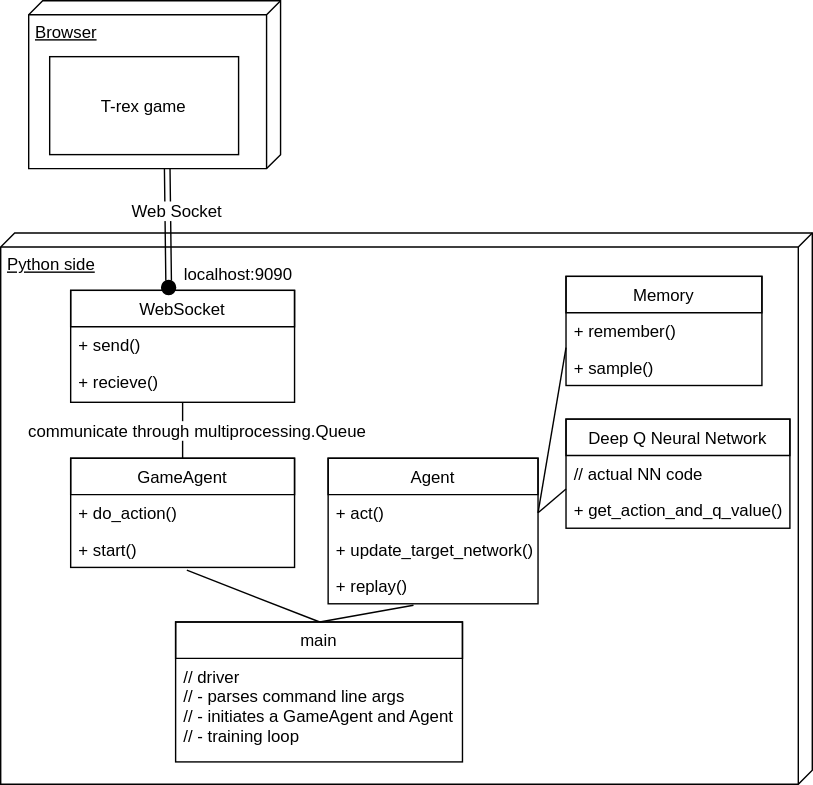
Earlier version of the draw.io export assets/TF-rex-arch-2.svg (vdutor/TF-rex). Source tidied: cells renumbered, new cells last; positions are measured from the earlier drawing's top-left corner, leaving out a move shared by most shapes. Its diagram source:
```xml
<mxGraphModel>
  <root>
    <mxCell id="0" />
    <mxCell id="1" parent="0" />
    <mxCell id="2" value="Python side" style="verticalAlign=top;align=left;spacingTop=8;spacingLeft=2;spacingRight=12;shape=cube;size=10;direction=south;fontStyle=4;html=1;fillColor=#FFFFFF;" parent="1" vertex="1">
      <mxGeometry y="166" width="580" height="394" as="geometry" />
    </mxCell>
    <mxCell id="3" value="Browser" style="verticalAlign=top;align=left;spacingTop=8;spacingLeft=2;spacingRight=12;shape=cube;size=10;direction=south;fontStyle=4;html=1;fillColor=#FFFFFF;" parent="1" vertex="1">
      <mxGeometry x="20" width="180" height="120" as="geometry" />
    </mxCell>
    <mxCell id="4" value="WebSocket" style="swimlane;fontStyle=0;horizontal=1;startSize=26;fillColor=none;swimlaneFillColor=#ffffff;" parent="1" vertex="1">
      <mxGeometry x="50" y="207" width="160" height="80" as="geometry" />
    </mxCell>
    <mxCell id="5" value="+ send()" style="text;strokeColor=none;fillColor=none;align=left;verticalAlign=top;spacingLeft=4;spacingRight=4;overflow=hidden;" parent="4" vertex="1">
      <mxGeometry y="26" width="160" height="26" as="geometry" />
    </mxCell>
    <mxCell id="6" value="+ recieve()" style="text;strokeColor=none;fillColor=none;align=left;verticalAlign=top;spacingLeft=4;spacingRight=4;overflow=hidden;points=[[0,0.5],[1,0.5]];portConstraint=eastwest;" parent="4" vertex="1">
      <mxGeometry y="52" width="160" height="28" as="geometry" />
    </mxCell>
    <mxCell id="7" value="T-rex game" style="html=1;fillColor=#FFFFFF;" parent="1" vertex="1">
      <mxGeometry x="35" y="40" width="135" height="70" as="geometry" />
    </mxCell>
    <mxCell id="8" value="GameAgent" style="swimlane;fontStyle=0;horizontal=1;startSize=26;fillColor=none;swimlaneFillColor=#ffffff;" parent="1" vertex="1">
      <mxGeometry x="50" y="327" width="160" height="78" as="geometry" />
    </mxCell>
    <mxCell id="9" value="+ do_action()" style="text;strokeColor=none;fillColor=none;align=left;verticalAlign=top;spacingLeft=4;spacingRight=4;overflow=hidden;" parent="8" vertex="1">
      <mxGeometry y="26" width="160" height="26" as="geometry" />
    </mxCell>
    <mxCell id="10" value="+ start()" style="text;strokeColor=none;fillColor=none;align=left;verticalAlign=top;spacingLeft=4;spacingRight=4;overflow=hidden;" parent="8" vertex="1">
      <mxGeometry y="52" width="160" height="26" as="geometry" />
    </mxCell>
    <mxCell id="11" style="endArrow=none;html=1;exitX=0.5;exitY=0;" parent="1" edge="1" source="8" target="6">
      <mxGeometry relative="1" as="geometry" />
    </mxCell>
    <mxCell id="12" value="communicate through&amp;nbsp;&lt;span&gt;multiprocessing.Queue&lt;/span&gt;" style="text;html=1;align=center;verticalAlign=middle;labelBackgroundColor=#ffffff;" parent="11" vertex="1">
      <mxGeometry x="-0.15" y="-1" relative="1" as="geometry">
        <mxPoint x="9" y="-4" as="offset" />
      </mxGeometry>
    </mxCell>
    <mxCell id="13" style="shape=link;html=1;jettySize=auto;entryX=1;entryY=0.45;exitX=0.5;exitY=0;entryPerimeter=0;" parent="1" edge="1" source="22" target="3">
      <mxGeometry relative="1" as="geometry" />
    </mxCell>
    <mxCell id="14" value="Web Socket" style="text;html=1;align=center;verticalAlign=middle;labelBackgroundColor=#ffffff;" parent="13" vertex="1">
      <mxGeometry x="0.41" y="-1" relative="1" as="geometry">
        <mxPoint x="5" y="6" as="offset" />
      </mxGeometry>
    </mxCell>
    <mxCell id="15" value="Memory" style="swimlane;fontStyle=0;horizontal=1;startSize=26;fillColor=none;swimlaneFillColor=#ffffff;" parent="1" vertex="1">
      <mxGeometry x="404" y="197" width="140" height="78" as="geometry" />
    </mxCell>
    <mxCell id="16" value="+ remember()" style="text;strokeColor=none;fillColor=none;align=left;verticalAlign=top;spacingLeft=4;spacingRight=4;overflow=hidden;" parent="15" vertex="1">
      <mxGeometry y="26" width="140" height="26" as="geometry" />
    </mxCell>
    <mxCell id="17" value="+ sample()" style="text;strokeColor=none;fillColor=none;align=left;verticalAlign=top;spacingLeft=4;spacingRight=4;overflow=hidden;points=[[0,0.5],[1,0.5]];portConstraint=eastwest;" parent="15" vertex="1">
      <mxGeometry y="52" width="140" height="26" as="geometry" />
    </mxCell>
    <mxCell id="18" value="Deep Q Neural Network" style="swimlane;fontStyle=0;horizontal=1;startSize=26;fillColor=none;swimlaneFillColor=#ffffff;" parent="1" vertex="1">
      <mxGeometry x="404" y="299" width="160" height="78" as="geometry" />
    </mxCell>
    <mxCell id="19" value="// actual NN code" style="text;strokeColor=none;fillColor=none;align=left;verticalAlign=top;spacingLeft=4;spacingRight=4;overflow=hidden;points=[[0,0.5],[1,0.5]];portConstraint=eastwest;" parent="18" vertex="1">
      <mxGeometry y="26" width="160" height="26" as="geometry" />
    </mxCell>
    <mxCell id="20" value="+ get_action_and_q_value()" style="text;strokeColor=none;fillColor=none;align=left;verticalAlign=top;spacingLeft=4;spacingRight=4;overflow=hidden;" parent="18" vertex="1">
      <mxGeometry y="52" width="160" height="26" as="geometry" />
    </mxCell>
    <mxCell id="21" value="localhost:9090" style="text;html=1;strokeColor=none;fillColor=none;align=center;verticalAlign=middle;whiteSpace=wrap;rounded=0;" parent="1" vertex="1">
      <mxGeometry x="150" y="185" width="40" height="20" as="geometry" />
    </mxCell>
    <mxCell id="22" style="ellipse;whiteSpace=wrap;html=1;fillColor=#000000;" parent="1" vertex="1">
      <mxGeometry x="115" y="200" width="10" height="10" as="geometry" />
    </mxCell>
    <mxCell id="23" value="Agent" style="swimlane;fontStyle=0;horizontal=1;startSize=26;fillColor=none;swimlaneFillColor=#ffffff;" parent="1" vertex="1">
      <mxGeometry x="234" y="327" width="150" height="104" as="geometry" />
    </mxCell>
    <mxCell id="24" value="+ act()" style="text;strokeColor=none;fillColor=none;align=left;verticalAlign=top;spacingLeft=4;spacingRight=4;overflow=hidden;points=[[0,0.5],[1,0.5]];portConstraint=eastwest;" parent="23" vertex="1">
      <mxGeometry y="26" width="150" height="26" as="geometry" />
    </mxCell>
    <mxCell id="25" value="+ update_target_network()" style="text;strokeColor=none;fillColor=none;align=left;verticalAlign=top;spacingLeft=4;spacingRight=4;overflow=hidden;" parent="23" vertex="1">
      <mxGeometry y="52" width="150" height="26" as="geometry" />
    </mxCell>
    <mxCell id="26" value="+ replay()" style="text;strokeColor=none;fillColor=none;align=left;verticalAlign=top;spacingLeft=4;spacingRight=4;overflow=hidden;points=[[0,0.5],[1,0.5]];portConstraint=eastwest;" parent="23" vertex="1">
      <mxGeometry y="78" width="150" height="26" as="geometry" />
    </mxCell>
    <mxCell id="27" style="endArrow=none;html=1;exitX=0.5;exitY=0;" parent="1" edge="1" source="30">
      <mxGeometry relative="1" as="geometry">
        <mxPoint x="133" y="407" as="targetPoint" />
      </mxGeometry>
    </mxCell>
    <mxCell id="28" style="endArrow=none;html=1;exitX=1;exitY=0.5;entryX=0;entryY=-0.038;entryPerimeter=0;" parent="1" edge="1" source="24" target="17">
      <mxGeometry relative="1" as="geometry" />
    </mxCell>
    <mxCell id="29" style="endArrow=none;html=1;entryX=0;entryY=0.923;entryPerimeter=0;exitX=1;exitY=0.5;" parent="1" edge="1" source="24" target="19">
      <mxGeometry relative="1" as="geometry" />
    </mxCell>
    <mxCell id="30" value="main" style="swimlane;fontStyle=0;horizontal=1;startSize=26;fillColor=none;swimlaneFillColor=#ffffff;" parent="1" vertex="1">
      <mxGeometry x="125" y="444" width="205" height="100" as="geometry" />
    </mxCell>
    <mxCell id="31" value="// driver&#10;// - parses command line args&#10;// - initiates a GameAgent and Agent&#10;// - training loop" style="text;strokeColor=none;fillColor=none;align=left;verticalAlign=top;spacingLeft=4;spacingRight=4;overflow=hidden;points=[[0,0.5],[1,0.5]];portConstraint=eastwest;" parent="30" vertex="1">
      <mxGeometry y="26" width="205" height="74" as="geometry" />
    </mxCell>
    <mxCell id="32" style="endArrow=none;html=1;entryX=0.407;entryY=1.038;entryPerimeter=0;exitX=0.5;exitY=0;" parent="1" edge="1" source="30" target="26">
      <mxGeometry relative="1" as="geometry" />
    </mxCell>
  </root>
</mxGraphModel>
```
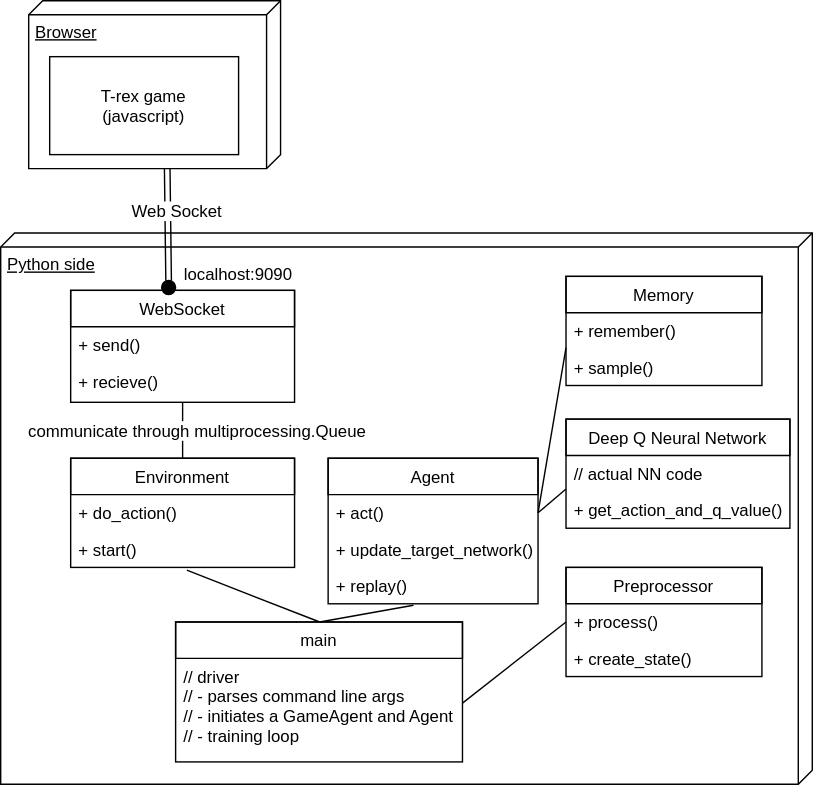
After the change.

Diff of the diagram source:
```diff
@@ -17,10 +17,10 @@
     <mxCell id="6" value="+ recieve()" style="text;strokeColor=none;fillColor=none;align=left;verticalAlign=top;spacingLeft=4;spacingRight=4;overflow=hidden;points=[[0,0.5],[1,0.5]];portConstraint=eastwest;" parent="4" vertex="1">
       <mxGeometry y="52" width="160" height="28" as="geometry" />
     </mxCell>
-    <mxCell id="7" value="T-rex game" style="html=1;fillColor=#FFFFFF;" parent="1" vertex="1">
+    <mxCell id="7" value="T-rex game&lt;div&gt;&lt;div&gt;(javascript)&lt;/div&gt;&lt;/div&gt;" style="html=1;fillColor=#FFFFFF;" parent="1" vertex="1">
       <mxGeometry x="35" y="40" width="135" height="70" as="geometry" />
     </mxCell>
-    <mxCell id="8" value="GameAgent" style="swimlane;fontStyle=0;horizontal=1;startSize=26;fillColor=none;swimlaneFillColor=#ffffff;" parent="1" vertex="1">
+    <mxCell id="8" value="Environment" style="swimlane;fontStyle=0;horizontal=1;startSize=26;fillColor=none;swimlaneFillColor=#ffffff;" parent="1" vertex="1">
       <mxGeometry x="50" y="327" width="160" height="78" as="geometry" />
     </mxCell>
     <mxCell id="9" value="+ do_action()" style="text;strokeColor=none;fillColor=none;align=left;verticalAlign=top;spacingLeft=4;spacingRight=4;overflow=hidden;" parent="8" vertex="1">
@@ -101,5 +101,17 @@
     <mxCell id="32" style="endArrow=none;html=1;entryX=0.407;entryY=1.038;entryPerimeter=0;exitX=0.5;exitY=0;" parent="1" edge="1" source="30" target="26">
       <mxGeometry relative="1" as="geometry" />
     </mxCell>
+    <mxCell id="33" value="Preprocessor" style="swimlane;fontStyle=0;horizontal=1;startSize=26;fillColor=none;swimlaneFillColor=#ffffff;" parent="1" vertex="1">
+      <mxGeometry x="404" y="405" width="140" height="78" as="geometry" />
+    </mxCell>
+    <mxCell id="34" value="+ process()" style="text;strokeColor=none;fillColor=none;align=left;verticalAlign=top;spacingLeft=4;spacingRight=4;overflow=hidden;points=[[0,0.5],[1,0.5]];portConstraint=eastwest;" parent="33" vertex="1">
+      <mxGeometry y="26" width="140" height="26" as="geometry" />
+    </mxCell>
+    <mxCell id="35" value="+ create_state()" style="text;strokeColor=none;fillColor=none;align=left;verticalAlign=top;spacingLeft=4;spacingRight=4;overflow=hidden;" parent="33" vertex="1">
+      <mxGeometry y="52" width="140" height="26" as="geometry" />
+    </mxCell>
+    <mxCell id="36" style="endArrow=none;html=1;entryX=0;entryY=0.5;exitX=0.998;exitY=0.432;exitPerimeter=0;" parent="1" edge="1" source="31" target="34">
+      <mxGeometry relative="1" as="geometry" />
+    </mxCell>
   </root>
 </mxGraphModel>
```
